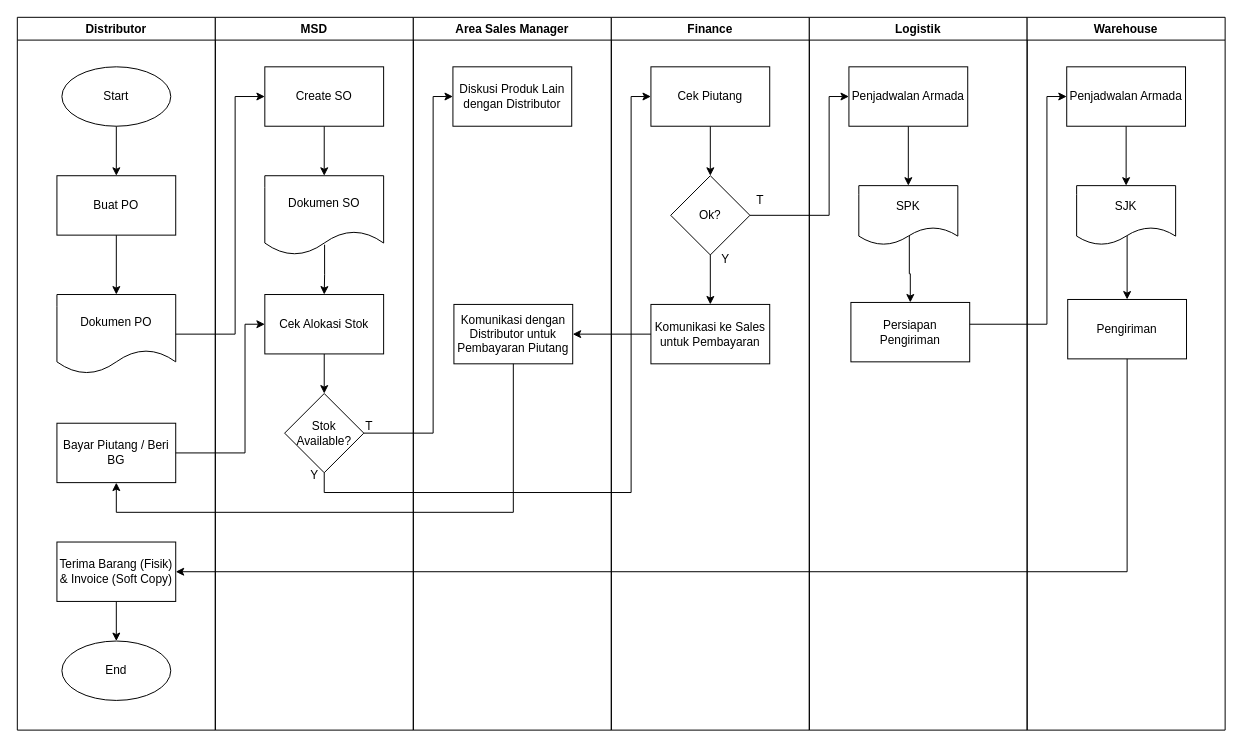
wilhelmus098/pf keeps this draw.io diagram as page "SOP Sales - Sales Order" (21 of 26) of SOP Agro.drawio. Above is the earlier version. Source tidied: cells renumbered, new cells numbered last; positions are measured from the earlier drawing's top-left corner, leaving out a move shared by most shapes. Both pictures are drawn from the tidied source at 99%, with x=0, y=0 at pixel (17, 17).
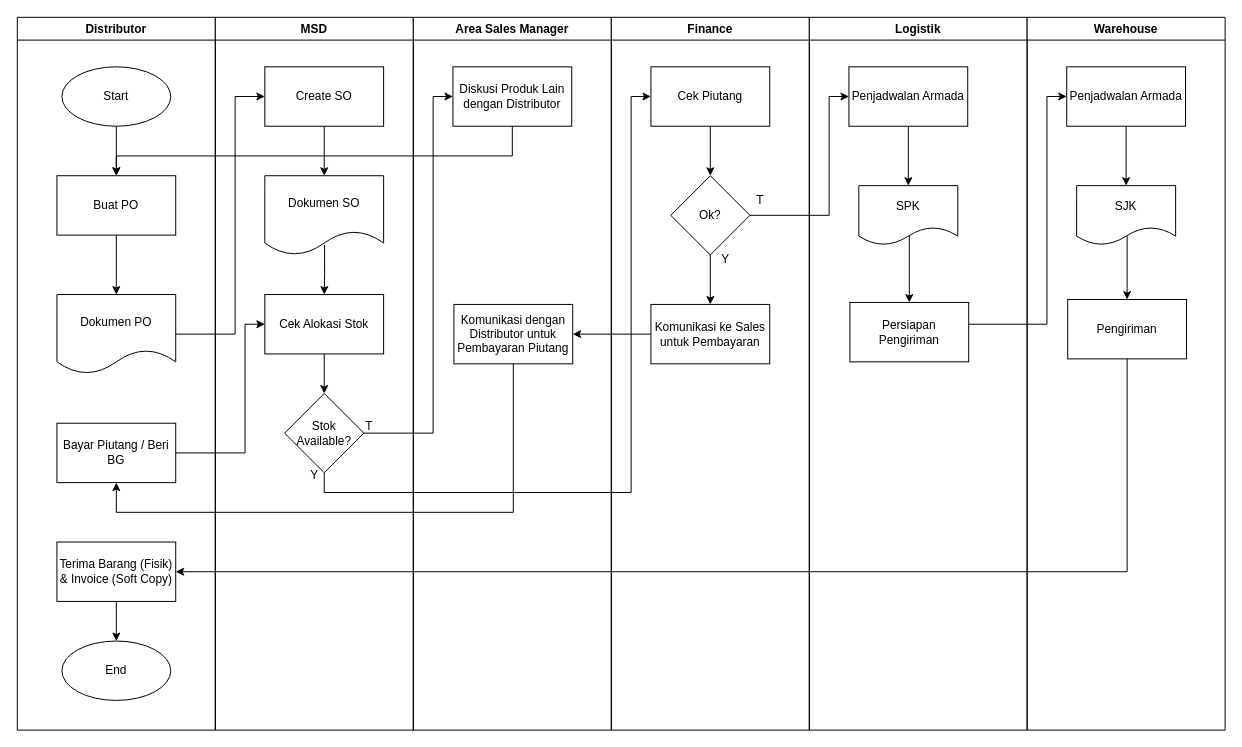
Above is the later version.

The change refers to these unchanged cells:
```xml
<mxCell id="6" value="Buat PO" style="rounded=0;whiteSpace=wrap;html=1;" parent="2" vertex="1">
  <mxGeometry x="40" y="160" width="120" height="60" as="geometry" />
</mxCell>
<mxCell id="23" value="Diskusi Produk Lain dengan Distributor" style="rounded=0;whiteSpace=wrap;html=1;" parent="22" vertex="1">
  <mxGeometry x="40" y="50" width="120" height="60" as="geometry" />
</mxCell>
<mxCell id="35" value="Logistik" style="swimlane;whiteSpace=wrap;html=1;startSize=23;" parent="1" vertex="1">
  <mxGeometry x="800" width="220" height="720" as="geometry" />
</mxCell>
```

Diff of the diagram source:
```diff
@@
     <mxCell id="40" value="Persiapan Pengiriman" style="rounded=0;whiteSpace=wrap;html=1;" parent="35" vertex="1">
-      <mxGeometry x="42" y="288" width="120" height="60" as="geometry" />
+      <mxGeometry x="41" y="288" width="120" height="60" as="geometry" />
     </mxCell>
@@
+    <mxCell id="54" style="edgeStyle=orthogonalEdgeStyle;rounded=0;jettySize=auto;html=1;entryX=0.5;entryY=0;entryDx=0;entryDy=0;" parent="1" edge="1" source="23" target="6">
+      <mxGeometry relative="1" as="geometry">
+        <Array as="points">
+          <mxPoint x="500" y="140" />
+          <mxPoint x="100" y="140" />
+        </Array>
+      </mxGeometry>
+    </mxCell>
```
